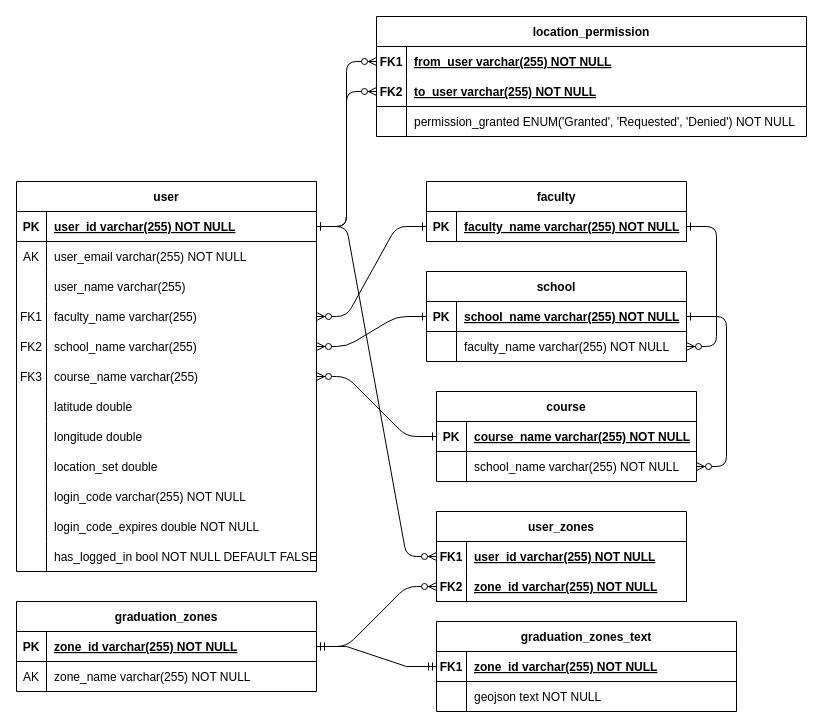
The draw.io diagram Graduation-Gathering/aws/RDS/ERD.drawio in AdamMurray22/Graduation-Gathering, before the edit. Source tidied: cells renumbered, new cells numbered last; positions are measured from the earlier drawing's top-left corner, leaving out a move shared by most shapes. Both pictures are drawn from the tidied source at 100%, with x=0, y=0 at pixel (16, 16).
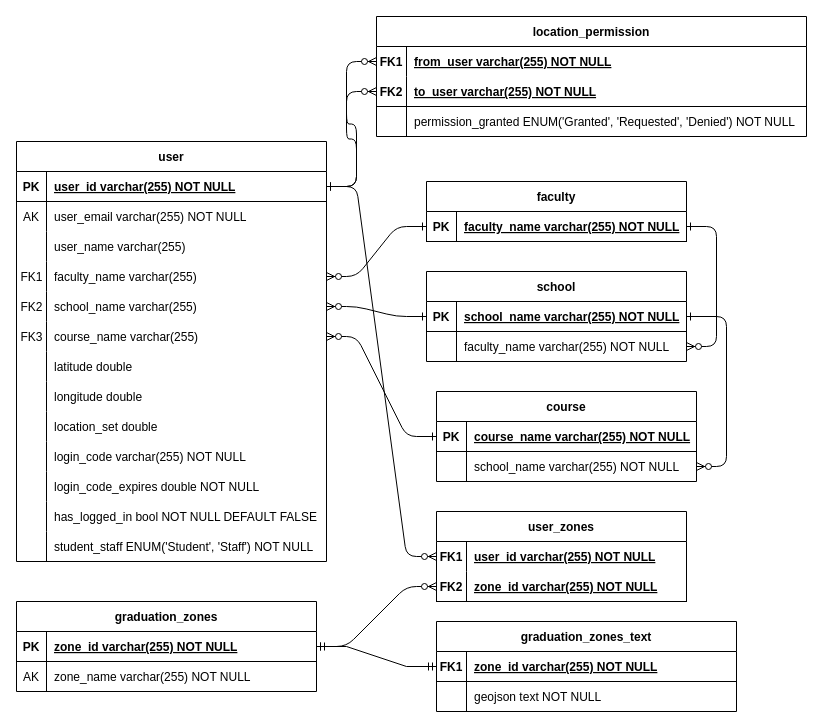
The same diagram, later.

Commit message (it also covers changes not shown here):
Added student_staff field to database

Change to the diagram source:
```diff
@@
     <mxCell id="39" style="group;" parent="1" vertex="1">
-      <mxGeometry y="165" width="300" height="400" as="geometry" />
+      <mxGeometry y="125" width="310" height="400" as="geometry" />
     </mxCell>
     <mxCell id="40" value="user" style="shape=table;startSize=30;childLayout=tableLayout;rowLines=0;fontStyle=1;align=center;" parent="39" vertex="1">
-      <mxGeometry width="300" height="390" as="geometry" />
+      <mxGeometry width="310" height="420" as="geometry" />
     </mxCell>
     <mxCell id="41" style="shape=partialRectangle;fillColor=none;top=0;left=0;right=0;bottom=1;" parent="40" vertex="1">
-      <mxGeometry y="30" width="300" height="30" as="geometry" />
+      <mxGeometry y="30" width="310" height="30" as="geometry" />
     </mxCell>
@@
     <mxCell id="43" value="user_id varchar(255) NOT NULL " style="shape=partialRectangle;overflow=hidden;fillColor=none;top=0;left=0;bottom=0;right=0;align=left;spacingLeft=6;fontStyle=5;" parent="41" vertex="1">
-      <mxGeometry x="30" width="270" height="30" as="geometry" />
+      <mxGeometry x="30" width="280" height="30" as="geometry" />
     </mxCell>
     <mxCell id="44" style="shape=partialRectangle;fillColor=none;top=0;left=0;right=0;bottom=0;" parent="40" vertex="1">
-      <mxGeometry y="60" width="300" height="30" as="geometry" />
+      <mxGeometry y="60" width="310" height="30" as="geometry" />
     </mxCell>
@@
     <mxCell id="46" value="user_email varchar(255) NOT NULL" style="shape=partialRectangle;overflow=hidden;fillColor=none;top=0;left=0;bottom=0;right=0;align=left;spacingLeft=6;" parent="44" vertex="1">
-      <mxGeometry x="30" width="270" height="30" as="geometry" />
+      <mxGeometry x="30" width="280" height="30" as="geometry" />
     </mxCell>
     <mxCell id="47" style="shape=partialRectangle;fillColor=none;top=0;left=0;right=0;bottom=0;" parent="40" vertex="1">
-      <mxGeometry y="90" width="300" height="30" as="geometry" />
+      <mxGeometry y="90" width="310" height="30" as="geometry" />
     </mxCell>
@@
     <mxCell id="49" value="user_name varchar(255)" style="shape=partialRectangle;overflow=hidden;fillColor=none;top=0;left=0;bottom=0;right=0;align=left;spacingLeft=6;" parent="47" vertex="1">
-      <mxGeometry x="30" width="270" height="30" as="geometry" />
+      <mxGeometry x="30" width="280" height="30" as="geometry" />
     </mxCell>
     <mxCell id="50" style="shape=partialRectangle;fillColor=none;top=0;left=0;right=0;bottom=0;" parent="40" vertex="1">
-      <mxGeometry y="120" width="300" height="30" as="geometry" />
+      <mxGeometry y="120" width="310" height="30" as="geometry" />
     </mxCell>
@@
     <mxCell id="52" value="faculty_name varchar(255)" style="shape=partialRectangle;overflow=hidden;fillColor=none;top=0;left=0;bottom=0;right=0;align=left;spacingLeft=6;" parent="50" vertex="1">
-      <mxGeometry x="30" width="270" height="30" as="geometry" />
+      <mxGeometry x="30" width="280" height="30" as="geometry" />
     </mxCell>
     <mxCell id="53" style="shape=partialRectangle;fillColor=none;top=0;left=0;right=0;bottom=0;" parent="40" vertex="1">
-      <mxGeometry y="150" width="300" height="30" as="geometry" />
+      <mxGeometry y="150" width="310" height="30" as="geometry" />
     </mxCell>
@@
     <mxCell id="55" value="school_name varchar(255)" style="shape=partialRectangle;overflow=hidden;fillColor=none;top=0;left=0;bottom=0;right=0;align=left;spacingLeft=6;" parent="53" vertex="1">
-      <mxGeometry x="30" width="270" height="30" as="geometry" />
+      <mxGeometry x="30" width="280" height="30" as="geometry" />
     </mxCell>
     <mxCell id="56" style="shape=partialRectangle;fillColor=none;top=0;left=0;right=0;bottom=0;" parent="40" vertex="1">
-      <mxGeometry y="180" width="300" height="30" as="geometry" />
+      <mxGeometry y="180" width="310" height="30" as="geometry" />
     </mxCell>
@@
     <mxCell id="58" value="course_name varchar(255)" style="shape=partialRectangle;overflow=hidden;fillColor=none;top=0;left=0;bottom=0;right=0;align=left;spacingLeft=6;" parent="56" vertex="1">
-      <mxGeometry x="30" width="270" height="30" as="geometry" />
+      <mxGeometry x="30" width="280" height="30" as="geometry" />
     </mxCell>
     <mxCell id="59" style="shape=partialRectangle;fillColor=none;top=0;left=0;right=0;bottom=0;" parent="40" vertex="1">
-      <mxGeometry y="210" width="300" height="30" as="geometry" />
+      <mxGeometry y="210" width="310" height="30" as="geometry" />
     </mxCell>
@@
     <mxCell id="61" value="latitude double" style="shape=partialRectangle;overflow=hidden;fillColor=none;top=0;left=0;bottom=0;right=0;align=left;spacingLeft=6;" parent="59" vertex="1">
-      <mxGeometry x="30" width="270" height="30" as="geometry" />
+      <mxGeometry x="30" width="280" height="30" as="geometry" />
     </mxCell>
     <mxCell id="62" style="shape=partialRectangle;fillColor=none;top=0;left=0;right=0;bottom=0;" parent="40" vertex="1">
-      <mxGeometry y="240" width="300" height="30" as="geometry" />
+      <mxGeometry y="240" width="310" height="30" as="geometry" />
     </mxCell>
@@
     <mxCell id="64" value="longitude double" style="shape=partialRectangle;overflow=hidden;fillColor=none;top=0;left=0;bottom=0;right=0;align=left;spacingLeft=6;" parent="62" vertex="1">
-      <mxGeometry x="30" width="270" height="30" as="geometry" />
+      <mxGeometry x="30" width="280" height="30" as="geometry" />
     </mxCell>
     <mxCell id="65" style="shape=partialRectangle;fillColor=none;top=0;left=0;right=0;bottom=0;" parent="40" vertex="1">
-      <mxGeometry y="270" width="300" height="30" as="geometry" />
+      <mxGeometry y="270" width="310" height="30" as="geometry" />
     </mxCell>
@@
     <mxCell id="67" value="location_set double" style="shape=partialRectangle;overflow=hidden;fillColor=none;top=0;left=0;bottom=0;right=0;align=left;spacingLeft=6;" parent="65" vertex="1">
-      <mxGeometry x="30" width="270" height="30" as="geometry" />
+      <mxGeometry x="30" width="280" height="30" as="geometry" />
     </mxCell>
     <mxCell id="68" style="shape=partialRectangle;fillColor=none;top=0;left=0;right=0;bottom=0;" parent="40" vertex="1">
-      <mxGeometry y="300" width="300" height="30" as="geometry" />
+      <mxGeometry y="300" width="310" height="30" as="geometry" />
     </mxCell>
@@
     <mxCell id="70" value="login_code varchar(255) NOT NULL" style="shape=partialRectangle;overflow=hidden;fillColor=none;top=0;left=0;bottom=0;right=0;align=left;spacingLeft=6;" parent="68" vertex="1">
-      <mxGeometry x="30" width="270" height="30" as="geometry" />
+      <mxGeometry x="30" width="280" height="30" as="geometry" />
     </mxCell>
     <mxCell id="71" style="shape=partialRectangle;fillColor=none;top=0;left=0;right=0;bottom=0;" parent="40" vertex="1">
-      <mxGeometry y="330" width="300" height="30" as="geometry" />
+      <mxGeometry y="330" width="310" height="30" as="geometry" />
     </mxCell>
@@
     <mxCell id="73" value="login_code_expires double NOT NULL" style="shape=partialRectangle;overflow=hidden;fillColor=none;top=0;left=0;bottom=0;right=0;align=left;spacingLeft=6;" parent="71" vertex="1">
-      <mxGeometry x="30" width="270" height="30" as="geometry" />
+      <mxGeometry x="30" width="280" height="30" as="geometry" />
     </mxCell>
     <mxCell id="74" style="shape=partialRectangle;fillColor=none;top=0;left=0;right=0;bottom=0;" parent="40" vertex="1">
-      <mxGeometry y="360" width="300" height="30" as="geometry" />
+      <mxGeometry y="360" width="310" height="30" as="geometry" />
     </mxCell>
@@
     <mxCell id="76" value="has_logged_in bool NOT NULL DEFAULT FALSE" style="shape=partialRectangle;overflow=hidden;fillColor=none;top=0;left=0;bottom=0;right=0;align=left;spacingLeft=6;" parent="74" vertex="1">
-      <mxGeometry x="30" width="270" height="30" as="geometry" />
+      <mxGeometry x="30" width="280" height="30" as="geometry" />
     </mxCell>
+    <mxCell id="107" style="shape=partialRectangle;fillColor=none;top=0;left=0;right=0;bottom=0;" parent="40" vertex="1">
+      <mxGeometry y="390" width="310" height="30" as="geometry" />
+    </mxCell>
+    <mxCell id="108" style="shape=partialRectangle;overflow=hidden;fillColor=none;top=0;left=0;bottom=0;right=0;" parent="107" vertex="1">
+      <mxGeometry width="30" height="30" as="geometry" />
+    </mxCell>
+    <mxCell id="109" value="student_staff ENUM('Student', 'Staff') NOT NULL" style="shape=partialRectangle;overflow=hidden;fillColor=none;top=0;left=0;bottom=0;right=0;align=left;spacingLeft=6;" parent="107" vertex="1">
+      <mxGeometry x="30" width="280" height="30" as="geometry" />
+    </mxCell>
     <mxCell id="77" value="FK1" style="shape=partialRectangle;overflow=hidden;fillColor=none;top=0;left=0;bottom=0;right=0;" parent="39" vertex="1">
-      <mxGeometry y="120" width="30" height="30" as="geometry" />
+      <mxGeometry y="120" width="31" height="30" as="geometry" />
     </mxCell>
     <mxCell id="78" value="FK2" style="shape=partialRectangle;overflow=hidden;fillColor=none;top=0;left=0;bottom=0;right=0;" parent="39" vertex="1">
-      <mxGeometry y="150" width="30" height="30" as="geometry" />
+      <mxGeometry y="150" width="31" height="30" as="geometry" />
     </mxCell>
     <mxCell id="79" value="FK3" style="shape=partialRectangle;overflow=hidden;fillColor=none;top=0;left=0;bottom=0;right=0;" parent="39" vertex="1">
-      <mxGeometry y="180" width="30" height="30" as="geometry" />
+      <mxGeometry y="180" width="31" height="30" as="geometry" />
     </mxCell>
```
